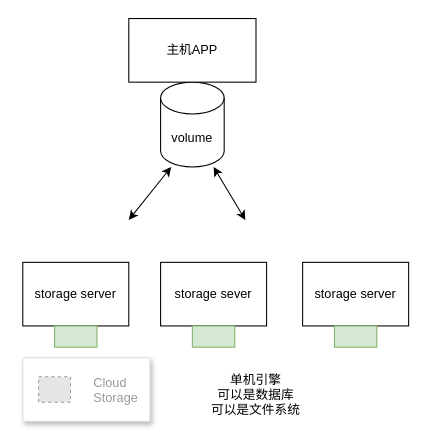
Above: 存储之路.drawio in koka-go/blogs (draw.io), before the change. Source tidied: cells renumbered, new cells numbered last; positions are measured from the earlier drawing's top-left corner, leaving out a move shared by most shapes. Both pictures are drawn from the tidied source at 106%, with x=0, y=0 at pixel (22, 18). Pictures stored in the file or linked from it are replaced by grey dashed boxes.
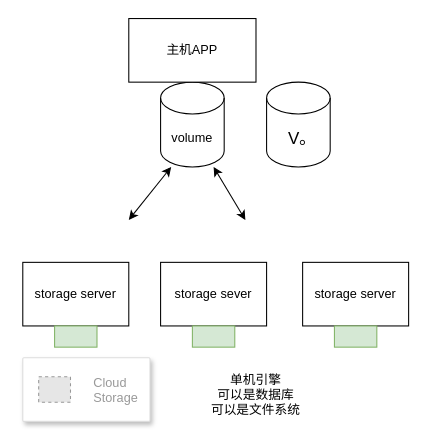
The same page after the edit.

Commit message:
更新存储之路.drawio

Diff of the diagram source:
```diff
@@
 <mxGraphModel>
   <root>
     <mxCell id="0" />
     <mxCell id="1" parent="0" />
     <mxCell id="2" value="volume" style="shape=cylinder3;whiteSpace=wrap;html=1;boundedLbl=1;backgroundOutline=1;size=15;" parent="1" vertex="1">
       <mxGeometry x="130" y="60" width="60" height="80" as="geometry" />
     </mxCell>
     <mxCell id="3" value="主机APP" style="rounded=0;whiteSpace=wrap;html=1;" parent="1" vertex="1">
       <mxGeometry x="100" width="120" height="60" as="geometry" />
     </mxCell>
     <mxCell id="4" style="endArrow=classic;startArrow=classic;html=1;rounded=0;" parent="1" edge="1">
       <mxGeometry relative="1" as="geometry">
         <mxPoint x="100" y="190" as="sourcePoint" />
         <mxPoint x="140" y="140" as="targetPoint" />
       </mxGeometry>
     </mxCell>
     <mxCell id="5" style="endArrow=classic;startArrow=classic;html=1;rounded=0;" parent="1" edge="1">
       <mxGeometry relative="1" as="geometry">
         <mxPoint x="210" y="190" as="sourcePoint" />
         <mxPoint x="180" y="140" as="targetPoint" />
       </mxGeometry>
     </mxCell>
     <mxCell id="6" value="storage server" style="rounded=0;whiteSpace=wrap;html=1;" parent="1" vertex="1">
       <mxGeometry y="230" width="100" height="60" as="geometry" />
     </mxCell>
     <mxCell id="7" value="storage sever" style="rounded=0;whiteSpace=wrap;html=1;" parent="1" vertex="1">
       <mxGeometry x="130" y="230" width="100" height="60" as="geometry" />
     </mxCell>
     <mxCell id="8" value="storage server" style="rounded=0;whiteSpace=wrap;html=1;" parent="1" vertex="1">
       <mxGeometry x="264" y="230" width="100" height="60" as="geometry" />
     </mxCell>
     <mxCell id="9" style="rounded=0;whiteSpace=wrap;html=1;fillColor=#d5e8d4;strokeColor=#82b366;" parent="1" vertex="1">
       <mxGeometry x="30" y="290" width="40" height="20" as="geometry" />
     </mxCell>
     <mxCell id="10" style="rounded=0;whiteSpace=wrap;html=1;fillColor=#d5e8d4;strokeColor=#82b366;" parent="1" vertex="1">
       <mxGeometry x="160" y="290" width="40" height="20" as="geometry" />
     </mxCell>
     <mxCell id="11" style="rounded=0;whiteSpace=wrap;html=1;fillColor=#d5e8d4;strokeColor=#82b366;" parent="1" vertex="1">
       <mxGeometry x="294" y="290" width="40" height="20" as="geometry" />
     </mxCell>
     <mxCell id="12" style="strokeColor=#dddddd;shadow=1;strokeWidth=1;rounded=1;absoluteArcSize=1;arcSize=2;" parent="1" vertex="1">
       <mxGeometry y="320" width="120" height="60" as="geometry" />
     </mxCell>
     <mxCell id="13" value="Cloud&#10;Storage" style="fillColor=#E6E6E6;strokeColor=#999999;dashed=1;fontColor=#999999;verticalLabelPosition=middle;labelBackgroundColor=#ffffff;verticalAlign=middle;labelPosition=right;align=left;spacingLeft=20;" parent="12" vertex="1">
       <mxGeometry width="30" height="24" relative="1" as="geometry">
         <mxPoint x="15" y="18" as="offset" />
       </mxGeometry>
     </mxCell>
     <mxCell id="14" value="单机引擎&lt;br&gt;可以是数据库&lt;br&gt;可以是文件系统" style="text;html=1;strokeColor=none;fillColor=none;align=center;verticalAlign=middle;whiteSpace=wrap;rounded=0;" parent="1" vertex="1">
       <mxGeometry x="120" y="340" width="200" height="30" as="geometry" />
     </mxCell>
+    <mxCell id="15" value="V｡" style="shape=cylinder3;whiteSpace=wrap;html=1;boundedLbl=1;backgroundOutline=1;size=15;fontSize=16;" parent="1" vertex="1">
+      <mxGeometry x="230" y="60" width="60" height="80" as="geometry" />
+    </mxCell>
   </root>
 </mxGraphModel>
```
